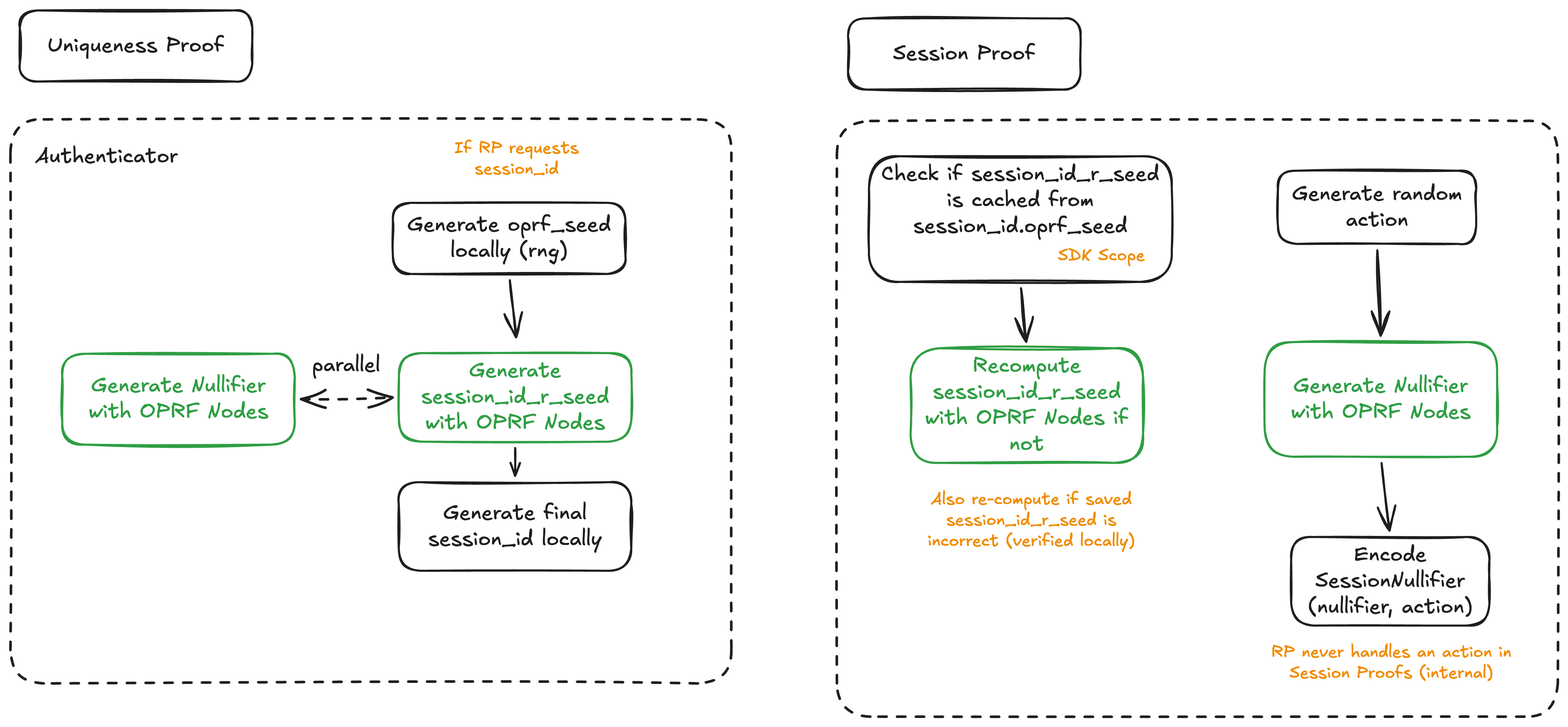
This is crates/primitives/assets/session-proofs.png from worldcoin/world-id-protocol, a Excalidraw export, as it was before one commit. Source tidied: one line per element, renumbered; positions are measured from the earlier drawing's top-left corner, leaving out a move shared by most shapes.
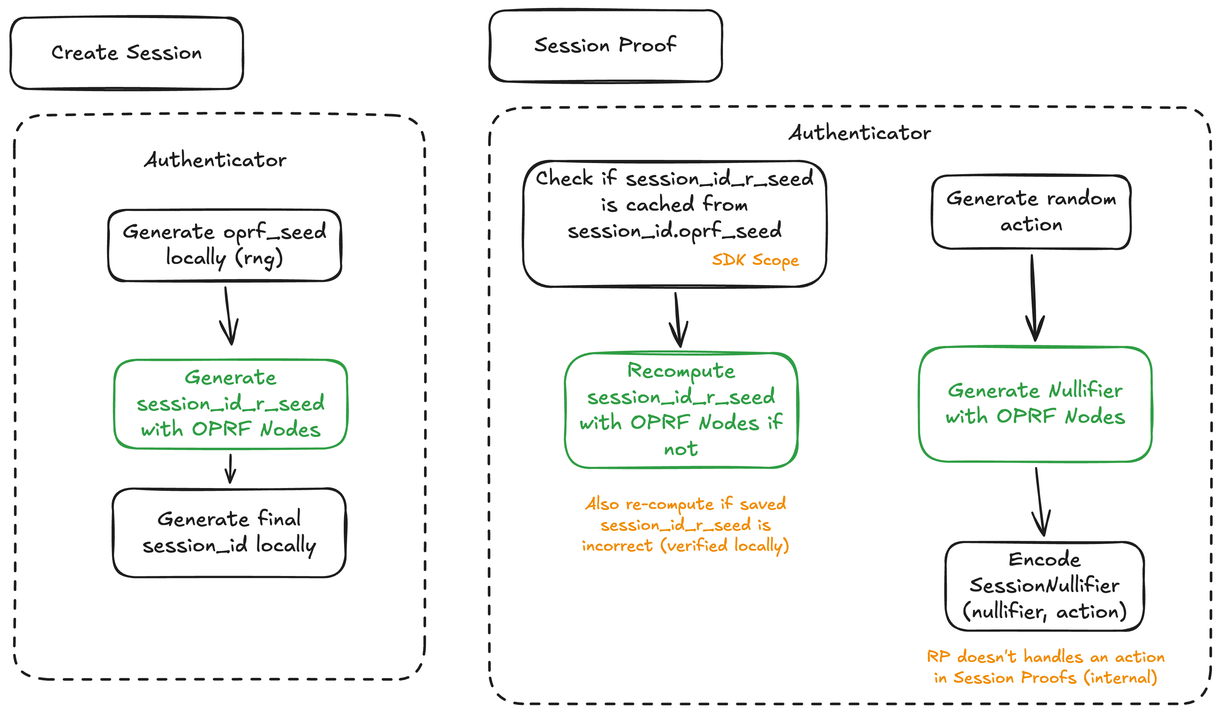
Above is the later version.

Diff of the diagram source:
```diff
@@ -1,22 +1,8 @@
-{"id": 0, "type": "rectangle", "strokeColor": "#1e1e1e", "backgroundColor": "#ffffff", "fillStyle": "solid", "strokeWidth": 2, "strokeStyle": "dashed", "roughness": 1, "round": true, "x": 0, "y": 105, "width": 692, "height": 541}
-{"id": 1, "type": "rectangle", "strokeColor": "#1e1e1e", "backgroundColor": "#ffffff", "fillStyle": "solid", "strokeWidth": 2, "roughness": 1, "round": true, "x": 9, "y": 0, "width": 223, "height": 68}
-{"id": 2, "type": "text", "text": "Uniqueness Proof", "strokeColor": "#1e1e1e", "backgroundColor": "#ffffff", "fillStyle": "solid", "strokeWidth": 2, "roughness": 1, "fontSize": 20, "fontFamily": 5, "textAlign": "center", "verticalAlign": "middle", "inside": 1, "x": 36, "y": 22, "width": 170, "height": 25}
+{"id": 36, "type": "rectangle", "strokeColor": "#1e1e1e", "backgroundColor": "#ffffff", "fillStyle": "solid", "strokeWidth": 2, "roughness": 1, "round": true, "x": 332, "y": 3, "width": 223, "height": 68}
+{"id": 37, "type": "text", "text": "Create Session", "strokeColor": "#1e1e1e", "backgroundColor": "#ffffff", "fillStyle": "solid", "strokeWidth": 2, "roughness": 1, "fontSize": 20, "fontFamily": 5, "textAlign": "center", "verticalAlign": "middle", "inside": 36, "x": 371, "y": 24, "width": 145, "height": 25}
-{"id": 3, "type": "rectangle", "strokeColor": "#1e1e1e", "backgroundColor": "#ffffff", "fillStyle": "solid", "strokeWidth": 2, "roughness": 1, "round": true, "x": 804, "y": 8, "width": 223, "height": 68}
+{"id": 3, "type": "rectangle", "strokeColor": "#1e1e1e", "backgroundColor": "#ffffff", "fillStyle": "solid", "strokeWidth": 2, "roughness": 1, "round": true, "x": 791, "y": -4, "width": 223, "height": 68}
-{"id": 4, "type": "text", "text": "Session Proof", "strokeColor": "#1e1e1e", "backgroundColor": "#ffffff", "fillStyle": "solid", "strokeWidth": 2, "roughness": 1, "fontSize": 20, "fontFamily": 5, "textAlign": "center", "verticalAlign": "middle", "inside": 3, "x": 847, "y": 29, "width": 136, "height": 25}
+{"id": 4, "type": "text", "text": "Session Proof", "strokeColor": "#1e1e1e", "backgroundColor": "#ffffff", "fillStyle": "solid", "strokeWidth": 2, "roughness": 1, "fontSize": 20, "fontFamily": 5, "textAlign": "center", "verticalAlign": "middle", "inside": 3, "x": 835, "y": 17, "width": 136, "height": 25}
-{"id": 5, "type": "rectangle", "strokeColor": "#2f9e44", "backgroundColor": "#ffffff", "fillStyle": "solid", "strokeWidth": 2, "roughness": 1, "round": true, "x": 50, "y": 330, "width": 223, "height": 87}
-{"id": 6, "type": "text", "text": "Generate Nullifier\nwith OPRF Nodes", "strokeColor": "#2f9e44", "backgroundColor": "#ffffff", "fillStyle": "solid", "strokeWidth": 2, "roughness": 1, "fontSize": 20, "fontFamily": 5, "textAlign": "center", "verticalAlign": "middle", "inside": 5, "x": 75, "y": 348, "width": 173, "height": 50}
-{"id": 7, "type": "rectangle", "strokeColor": "#1e1e1e", "backgroundColor": "#ffffff", "fillStyle": "solid", "strokeWidth": 2, "roughness": 1, "round": true, "x": 367, "y": 185, "width": 223, "height": 68}
-{"id": 8, "type": "text", "text": "Generate oprf_seed\nlocally (rng)", "strokeColor": "#1e1e1e", "backgroundColor": "#ffffff", "fillStyle": "solid", "strokeWidth": 2, "roughness": 1, "fontSize": 20, "fontFamily": 5, "textAlign": "center", "verticalAlign": "middle", "inside": 7, "x": 381, "y": 194, "width": 196, "height": 50}
-{"id": 9, "type": "rectangle", "strokeColor": "#2f9e44", "backgroundColor": "#ffffff", "fillStyle": "solid", "strokeWidth": 2, "roughness": 1, "round": true, "x": 373, "y": 329, "width": 223, "height": 85}
-{"id": 10, "type": "text", "text": "Generate\nsession_id_r_seed\nwith OPRF Nodes", "strokeColor": "#2f9e44", "backgroundColor": "#ffffff", "fillStyle": "solid", "strokeWidth": 2, "roughness": 1, "fontSize": 20, "fontFamily": 5, "textAlign": "center", "verticalAlign": "middle", "inside": 9, "x": 394, "y": 334, "width": 181, "height": 75}
-{"id": 11, "type": "arrow", "strokeColor": "#1e1e1e", "backgroundColor": "#ffffff", "fillStyle": "solid", "strokeWidth": 2, "strokeStyle": "dashed", "roughness": 1, "startArrowhead": "arrow", "endArrowhead": "arrow", "from": 5, "to": 9, "x": 279, "y": 373, "width": 88, "height": 2, "points": [[0, 0], [88, -2]]}
-{"id": 12, "type": "text", "text": "parallel", "strokeColor": "#1e1e1e", "backgroundColor": "#ffffff", "fillStyle": "solid", "strokeWidth": 2, "strokeStyle": "dashed", "roughness": 1, "fontSize": 20, "fontFamily": 5, "textAlign": "center", "x": 289, "y": 329, "width": 65, "height": 25}
-{"id": 13, "type": "rectangle", "strokeColor": "#1e1e1e", "backgroundColor": "#ffffff", "fillStyle": "solid", "strokeWidth": 2, "roughness": 1, "round": true, "x": 373, "y": 453, "width": 223, "height": 85}
-{"id": 14, "type": "text", "text": "Generate final\nsession_id locally", "strokeColor": "#1e1e1e", "backgroundColor": "#ffffff", "fillStyle": "solid", "strokeWidth": 2, "roughness": 1, "fontSize": 20, "fontFamily": 5, "textAlign": "center", "verticalAlign": "middle", "inside": 13, "x": 401, "y": 470, "width": 167, "height": 50}
-{"id": 15, "type": "arrow", "strokeColor": "#1e1e1e", "backgroundColor": "#ffffff", "fillStyle": "solid", "strokeWidth": 2, "roughness": 1, "endArrowhead": "arrow", "from": 9, "to": 13, "x": 484, "y": 420, "width": 0, "height": 27, "points": [[0, 0], [0, 27]]}
-{"id": 16, "type": "arrow", "strokeColor": "#1e1e1e", "backgroundColor": "#ffffff", "fillStyle": "solid", "strokeWidth": 2, "roughness": 1, "endArrowhead": "arrow", "from": 7, "x": 479, "y": 259, "width": 6, "height": 55, "points": [[0, 0], [6, 55]]}
-{"id": 17, "type": "text", "text": "Authenticator", "strokeColor": "#1e1e1e", "backgroundColor": "#ffffff", "fillStyle": "solid", "strokeWidth": 2, "strokeStyle": "dashed", "roughness": 1, "fontSize": 20, "fontFamily": 5, "textAlign": "center", "x": 24, "y": 128, "width": 137, "height": 25}
-{"id": 18, "type": "rectangle", "strokeColor": "#1e1e1e", "backgroundColor": "#ffffff", "fillStyle": "solid", "strokeWidth": 2, "strokeStyle": "dashed", "roughness": 1, "round": true, "x": 793, "y": 106, "width": 692, "height": 572}
+{"id": 18, "type": "rectangle", "strokeColor": "#1e1e1e", "backgroundColor": "#ffffff", "fillStyle": "solid", "strokeWidth": 2, "strokeStyle": "dashed", "roughness": 1, "round": true, "x": 791, "y": 89, "width": 692, "height": 572}
 {"id": 19, "type": "rectangle", "strokeColor": "#1e1e1e", "backgroundColor": "#ffffff", "fillStyle": "solid", "strokeWidth": 2, "roughness": 1, "round": true, "x": 824, "y": 140, "width": 290, "height": 121}
 {"id": 20, "type": "text", "text": "Check if session_id_r_seed\nis cached from\nsession_id.oprf_seed", "strokeColor": "#1e1e1e", "backgroundColor": "#ffffff", "fillStyle": "solid", "strokeWidth": 2, "roughness": 1, "fontSize": 20, "fontFamily": 5, "textAlign": "center", "inside": 19, "x": 836, "y": 145, "width": 267, "height": 75}
 {"id": 21, "type": "rectangle", "strokeColor": "#2f9e44", "backgroundColor": "#ffffff", "fillStyle": "solid", "strokeWidth": 2, "roughness": 1, "round": true, "x": 864, "y": 324, "width": 223, "height": 110}
@@ -31,6 +17,16 @@
 {"id": 30, "type": "text", "text": "Encode\nSessionNullifier\n(nullifier, action)", "strokeColor": "#1e1e1e", "backgroundColor": "#ffffff", "fillStyle": "solid", "strokeWidth": 2, "roughness": 1, "fontSize": 20, "fontFamily": 5, "textAlign": "center", "verticalAlign": "middle", "inside": 29, "x": 1245, "y": 510, "width": 158, "height": 75}
 {"id": 31, "type": "arrow", "strokeColor": "#1e1e1e", "backgroundColor": "#ffffff", "fillStyle": "solid", "strokeWidth": 2, "roughness": 1, "endArrowhead": "arrow", "from": 24, "to": 29, "x": 1316, "y": 434, "width": 8, "height": 65, "points": [[0, 0], [8, 65]]}
 {"id": 32, "type": "text", "text": "Also re-compute if saved\nsession_id_r_seed is\nincorrect (verified locally)", "strokeColor": "#f08c00", "backgroundColor": "#ffffff", "fillStyle": "solid", "strokeWidth": 2, "roughness": 1, "fontSize": 16, "fontFamily": 5, "textAlign": "center", "x": 862, "y": 460, "width": 236, "height": 60}
-{"id": 33, "type": "text", "text": "RP never handles an action in\nSession Proofs (internal)", "strokeColor": "#f08c00", "backgroundColor": "#ffffff", "fillStyle": "solid", "strokeWidth": 2, "roughness": 1, "fontSize": 16, "fontFamily": 5, "textAlign": "center", "x": 1207, "y": 606, "width": 236, "height": 40}
+{"id": 33, "type": "text", "text": "RP doesn't handles an action\nin Session Proofs (internal)", "strokeColor": "#f08c00", "backgroundColor": "#ffffff", "fillStyle": "solid", "strokeWidth": 2, "roughness": 1, "fontSize": 16, "fontFamily": 5, "textAlign": "center", "x": 1207, "y": 606, "width": 236, "height": 40}
 {"id": 34, "type": "text", "text": "SDK Scope", "strokeColor": "#f08c00", "backgroundColor": "#ffffff", "fillStyle": "solid", "strokeWidth": 2, "roughness": 1, "fontSize": 16, "fontFamily": 5, "textAlign": "center", "x": 1001, "y": 226, "width": 92, "height": 20}
-{"id": 35, "type": "text", "text": "If RP requests\nsession_id", "strokeColor": "#f08c00", "backgroundColor": "#ffffff", "fillStyle": "solid", "strokeWidth": 2, "roughness": 1, "fontSize": 16, "fontFamily": 5, "textAlign": "center", "x": 404, "y": 122, "width": 164, "height": 40}
+{"id": 38, "type": "rectangle", "strokeColor": "#1e1e1e", "backgroundColor": "#ffffff", "fillStyle": "solid", "strokeWidth": 2, "strokeStyle": "dashed", "roughness": 1, "round": true, "x": 336, "y": 96, "width": 394, "height": 541}
+{"id": 7, "type": "rectangle", "strokeColor": "#1e1e1e", "backgroundColor": "#ffffff", "fillStyle": "solid", "strokeWidth": 2, "roughness": 1, "round": true, "x": 426, "y": 187, "width": 223, "height": 68}
+{"id": 8, "type": "text", "text": "Generate oprf_seed\nlocally (rng)", "strokeColor": "#1e1e1e", "backgroundColor": "#ffffff", "fillStyle": "solid", "strokeWidth": 2, "roughness": 1, "fontSize": 20, "fontFamily": 5, "textAlign": "center", "verticalAlign": "middle", "inside": 7, "x": 440, "y": 196, "width": 196, "height": 50}
+{"id": 9, "type": "rectangle", "strokeColor": "#2f9e44", "backgroundColor": "#ffffff", "fillStyle": "solid", "strokeWidth": 2, "roughness": 1, "round": true, "x": 432, "y": 331, "width": 223, "height": 85}
+{"id": 10, "type": "text", "text": "Generate\nsession_id_r_seed\nwith OPRF Nodes", "strokeColor": "#2f9e44", "backgroundColor": "#ffffff", "fillStyle": "solid", "strokeWidth": 2, "roughness": 1, "fontSize": 20, "fontFamily": 5, "textAlign": "center", "verticalAlign": "middle", "inside": 9, "x": 453, "y": 336, "width": 181, "height": 75}
+{"id": 13, "type": "rectangle", "strokeColor": "#1e1e1e", "backgroundColor": "#ffffff", "fillStyle": "solid", "strokeWidth": 2, "roughness": 1, "round": true, "x": 430, "y": 454, "width": 223, "height": 85}
+{"id": 14, "type": "text", "text": "Generate final\nsession_id locally", "strokeColor": "#1e1e1e", "backgroundColor": "#ffffff", "fillStyle": "solid", "strokeWidth": 2, "roughness": 1, "fontSize": 20, "fontFamily": 5, "textAlign": "center", "verticalAlign": "middle", "inside": 13, "x": 458, "y": 472, "width": 167, "height": 50}
+{"id": 15, "type": "arrow", "strokeColor": "#1e1e1e", "backgroundColor": "#ffffff", "fillStyle": "solid", "strokeWidth": 2, "roughness": 1, "endArrowhead": "arrow", "from": 9, "x": 543, "y": 422, "width": 1, "height": 27, "points": [[0, 0], [-1, 27]]}
+{"id": 16, "type": "arrow", "strokeColor": "#1e1e1e", "backgroundColor": "#ffffff", "fillStyle": "solid", "strokeWidth": 2, "roughness": 1, "endArrowhead": "arrow", "from": 7, "x": 538, "y": 261, "width": 6, "height": 55, "points": [[0, 0], [6, 55]]}
+{"id": 17, "type": "text", "text": "Authenticator", "strokeColor": "#1e1e1e", "backgroundColor": "#ffffff", "fillStyle": "solid", "strokeWidth": 2, "strokeStyle": "dashed", "roughness": 1, "fontSize": 20, "fontFamily": 5, "textAlign": "center", "x": 460, "y": 127, "width": 137, "height": 25}
+{"id": 39, "type": "text", "text": "Authenticator", "strokeColor": "#1e1e1e", "backgroundColor": "#ffffff", "fillStyle": "solid", "strokeWidth": 2, "strokeStyle": "dashed", "roughness": 1, "fontSize": 20, "fontFamily": 5, "textAlign": "center", "x": 1078, "y": 101, "width": 137, "height": 25}
```
